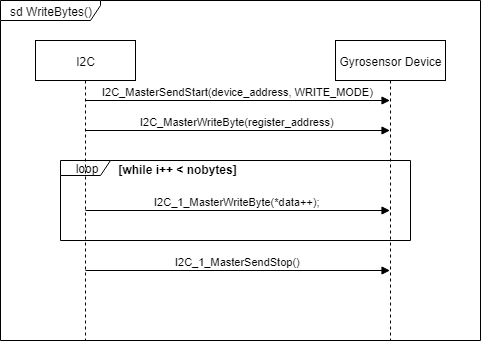
Above: Krav og Design/I2C_WriteByte_SD.png in MkLJensen/iFollow (draw.io), before the change. Source tidied: cells renumbered, new cells last; positions are measured from the earlier drawing's top-left corner, leaving out a move shared by most shapes.
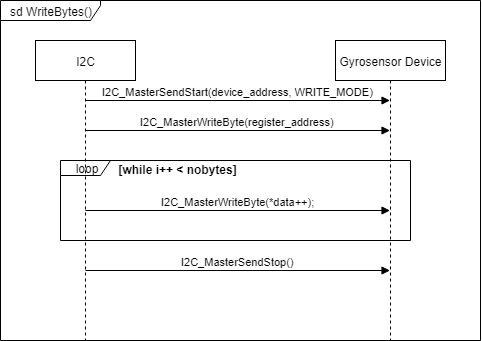
Later version of the same file.

Change to the diagram source:
```diff
@@ -27,12 +27,12 @@
     <mxCell id="8" value="[while i++ &lt; nobytes]" style="text;align=center;fontStyle=1;verticalAlign=middle;spacingLeft=3;spacingRight=3;strokeColor=none;" parent="1" vertex="1">
       <mxGeometry x="145" y="160" width="65" height="20" as="geometry" />
     </mxCell>
-    <mxCell id="9" value="&lt;div&gt;&lt;span&gt;I2C_1_MasterWriteByte&lt;/span&gt;(*data++);&lt;/div&gt;" style="html=1;verticalAlign=bottom;endArrow=block;" parent="1" edge="1" target="5">
+    <mxCell id="9" value="&lt;div&gt;&lt;span&gt;I2C_MasterWriteByte&lt;/span&gt;(*data++);&lt;/div&gt;" style="html=1;verticalAlign=bottom;endArrow=block;" parent="1" edge="1" target="5">
       <mxGeometry relative="1" as="geometry">
         <mxPoint x="85" y="210" as="sourcePoint" />
       </mxGeometry>
     </mxCell>
-    <mxCell id="10" value="&lt;div&gt;&lt;span&gt;I2C_1_MasterSendStop()&lt;/span&gt;&lt;/div&gt;" style="html=1;verticalAlign=bottom;endArrow=block;" parent="1" edge="1" target="5">
+    <mxCell id="10" value="&lt;div&gt;&lt;span&gt;I2C_MasterSendStop()&lt;/span&gt;&lt;/div&gt;" style="html=1;verticalAlign=bottom;endArrow=block;" parent="1" edge="1" target="5">
       <mxGeometry relative="1" as="geometry">
         <mxPoint x="85" y="270" as="sourcePoint" />
       </mxGeometry>
```
